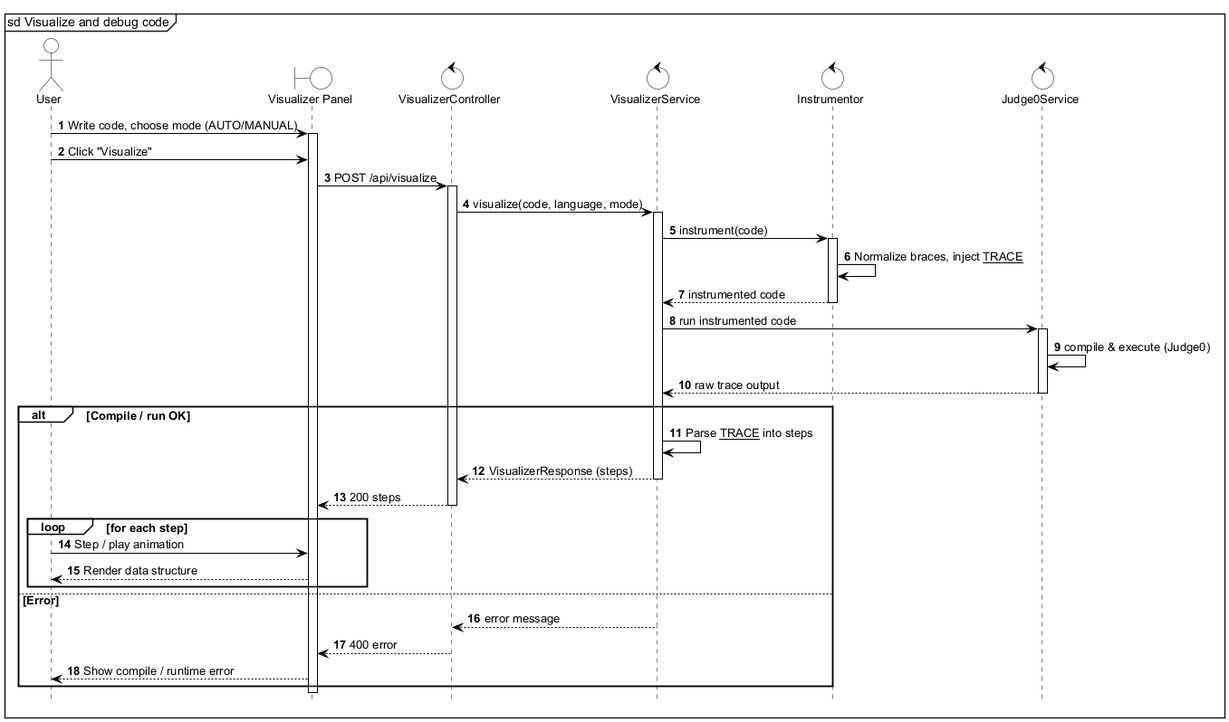
This is Thesis/final/figures/seq-visualize.png from InfiniteGosi/TDTUOJ, a PlantUML export, as it was before one commit.
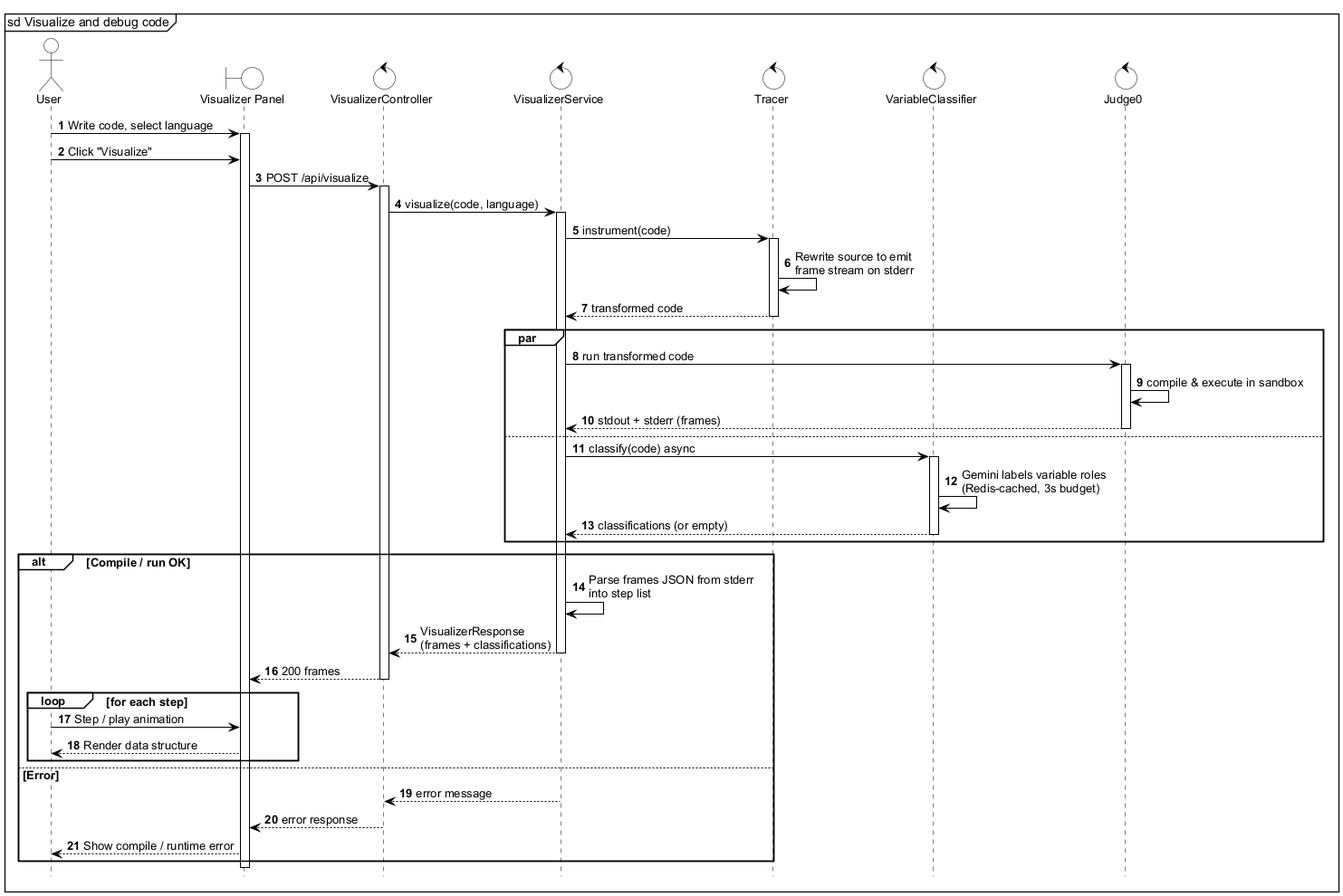
Above is the later version.

What changed in the source:
```diff
@@ -25,32 +25,42 @@
 boundary "Visualizer Panel" as UI
 control "VisualizerController" as C
 control "VisualizerService" as S
-control "Instrumentor" as I
-control "Judge0Service" as J
+control "Tracer" as T
+control "VariableClassifier" as VC
+control "Judge0" as J
 
-U -> UI : Write code, choose mode (AUTO/MANUAL)
+U -> UI : Write code, select language
 activate UI
 U -> UI : Click "Visualize"
 UI -> C : POST /api/visualize
 activate C
-C -> S : visualize(code, language, mode)
+C -> S : visualize(code, language)
 activate S
-S -> I : instrument(code)
-activate I
-I -> I : Normalize braces, inject __TRACE__
-I --> S : instrumented code
-deactivate I
-S -> J : run instrumented code
-activate J
-J -> J : compile & execute (Judge0)
-J --> S : raw trace output
-deactivate J
+S -> T : instrument(code)
+activate T
+T -> T : Rewrite source to emit\nframe stream on stderr
+T --> S : transformed code
+deactivate T
+
+par
+  S -> J : run transformed code
+  activate J
+  J -> J : compile & execute in sandbox
+  J --> S : stdout + stderr (frames)
+  deactivate J
+else
+  S -> VC : classify(code) async
+  activate VC
+  VC -> VC : Gemini labels variable roles\n(Redis-cached, 3s budget)
+  VC --> S : classifications (or empty)
+  deactivate VC
+end
 
 alt Compile / run OK
-  S -> S : Parse __TRACE__ into steps
-  S --> C : VisualizerResponse (steps)
+  S -> S : Parse frames JSON from stderr\ninto step list
+  S --> C : VisualizerResponse\n(frames + classifications)
   deactivate S
-  C --> UI : 200 steps
+  C --> UI : 200 frames
   deactivate C
   loop for each step
     U -> UI : Step / play animation
@@ -58,7 +68,7 @@
   end
 else Error
   S --> C : error message
-  C --> UI : 400 error
+  C --> UI : error response
   UI --> U : Show compile / runtime error
 end
 deactivate UI
```
